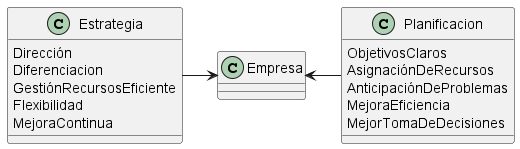
The PlantUML diagram out/puml.source/empresaEstrategiaPlanificacion/empresaEstrategiaPlanificacion.png in marcosvarona/DSI-22-23, before a commit.
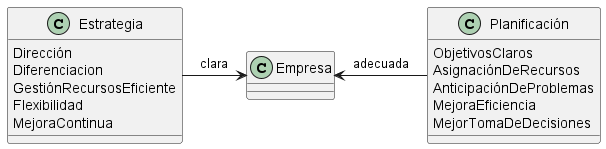
After the change.

Commit message:
Actualización de diagrama

Diff of the diagram source:
```diff
@@ -9,7 +9,7 @@
     MejoraContinua
 }
 
-class Planificacion{
+class Planificación{
     ObjetivosClaros
     AsignaciónDeRecursos
     AnticipaciónDeProblemas
@@ -17,6 +17,6 @@
     MejorTomaDeDecisiones
 }
 
-Estrategia -r-> Empresa
-Planificacion -l-> Empresa
+Estrategia --r-> Empresa:clara
+Planificación --l-> Empresa:adecuada
 @enduml
```
